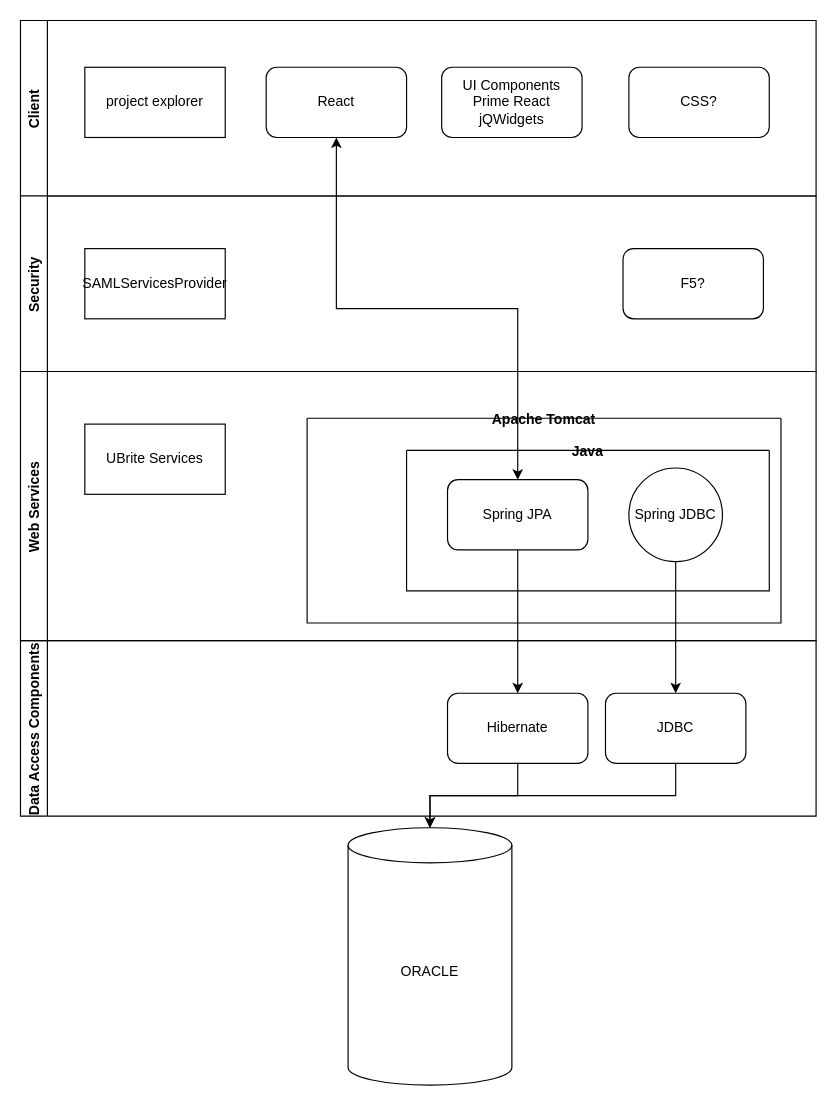
The draw.io diagram page "Current" (1 of 4) of Tech Stack Options.drawio in ntimkovich/UAB-II-Diagrams, before the edit. Source tidied: cells renumbered, new cells numbered last; positions are measured from the earlier drawing's top-left corner, leaving out a move shared by most shapes. Both pictures are drawn from the tidied source at 117%, with x=0, y=0 at pixel (20, 20).
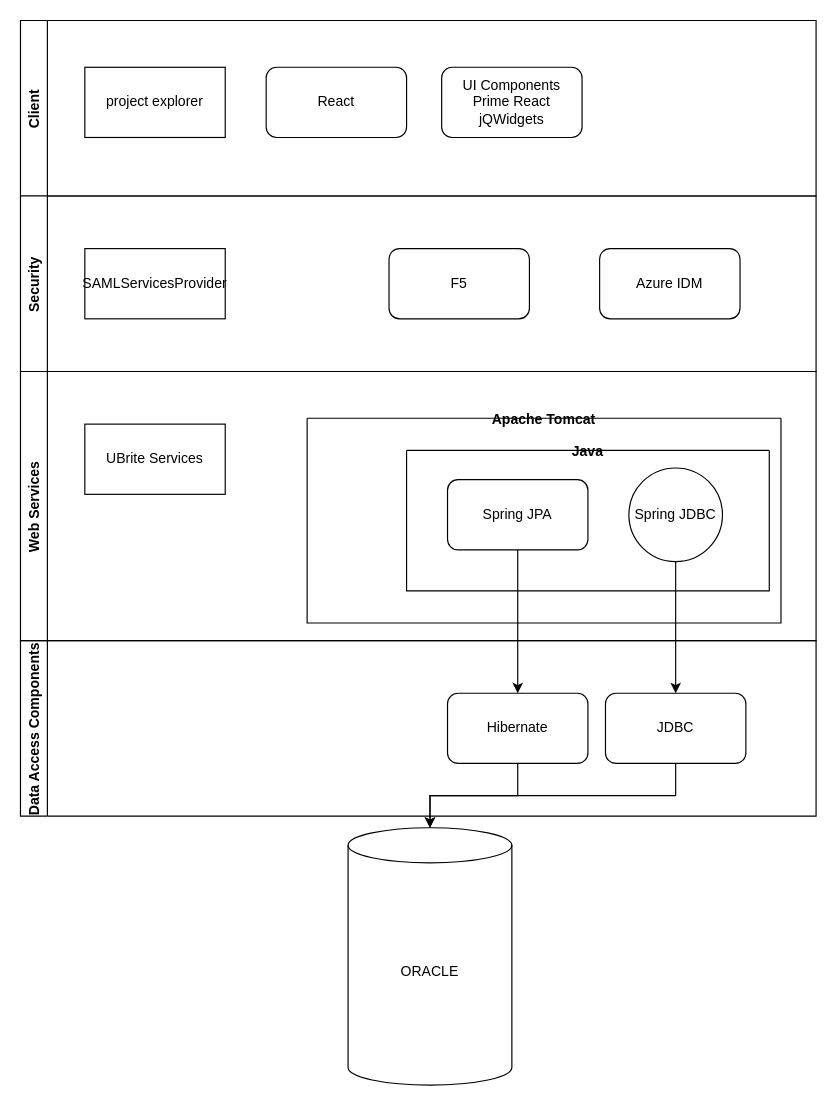
After the change.

The change refers to these unchanged cells:
```xml
<mxCell id="6" value="Client" style="swimlane;horizontal=0;startSize=23;" parent="1" vertex="1">
  <mxGeometry width="680" height="150" as="geometry" />
</mxCell>
<mxCell id="7" value="React" style="rounded=1;whiteSpace=wrap;html=1;" parent="6" vertex="1">
  <mxGeometry x="210" y="40" width="120" height="60" as="geometry" />
</mxCell>
<mxCell id="11" value="Security" style="swimlane;horizontal=0;" parent="1" vertex="1">
  <mxGeometry y="150" width="680" height="150" as="geometry" />
</mxCell>
<mxCell id="18" value="Spring JPA" style="rounded=1;whiteSpace=wrap;html=1;" parent="17" vertex="1">
  <mxGeometry x="35" y="25" width="120" height="60" as="geometry" />
</mxCell>
```

Change to the diagram source:
```diff
@@
-    <mxCell id="8" value="CSS?" style="rounded=1;whiteSpace=wrap;html=1;" parent="6" vertex="1">
-      <mxGeometry x="520" y="40" width="120" height="60" as="geometry" />
-    </mxCell>
@@
-    <mxCell id="12" value="F5?" style="rounded=1;whiteSpace=wrap;html=1;" parent="11" vertex="1">
-      <mxGeometry x="515" y="45" width="120" height="60" as="geometry" />
+    <mxCell id="12" value="F5" style="rounded=1;whiteSpace=wrap;html=1;" parent="11" vertex="1">
+      <mxGeometry x="315" y="45" width="120" height="60" as="geometry" />
     </mxCell>
@@
+    <mxCell id="25" value="Azure IDM" style="rounded=1;whiteSpace=wrap;html=1;" parent="11" vertex="1">
+      <mxGeometry x="495" y="45" width="120" height="60" as="geometry" />
+    </mxCell>
@@
-    <mxCell id="24" style="edgeStyle=orthogonalEdgeStyle;rounded=0;jettySize=auto;html=1;exitX=0.5;exitY=1;exitDx=0;exitDy=0;entryX=0.5;entryY=0;entryDx=0;entryDy=0;startArrow=classic;startFill=1;" parent="1" edge="1" source="7" target="18">
-      <mxGeometry relative="1" as="geometry" />
-    </mxCell>
```
